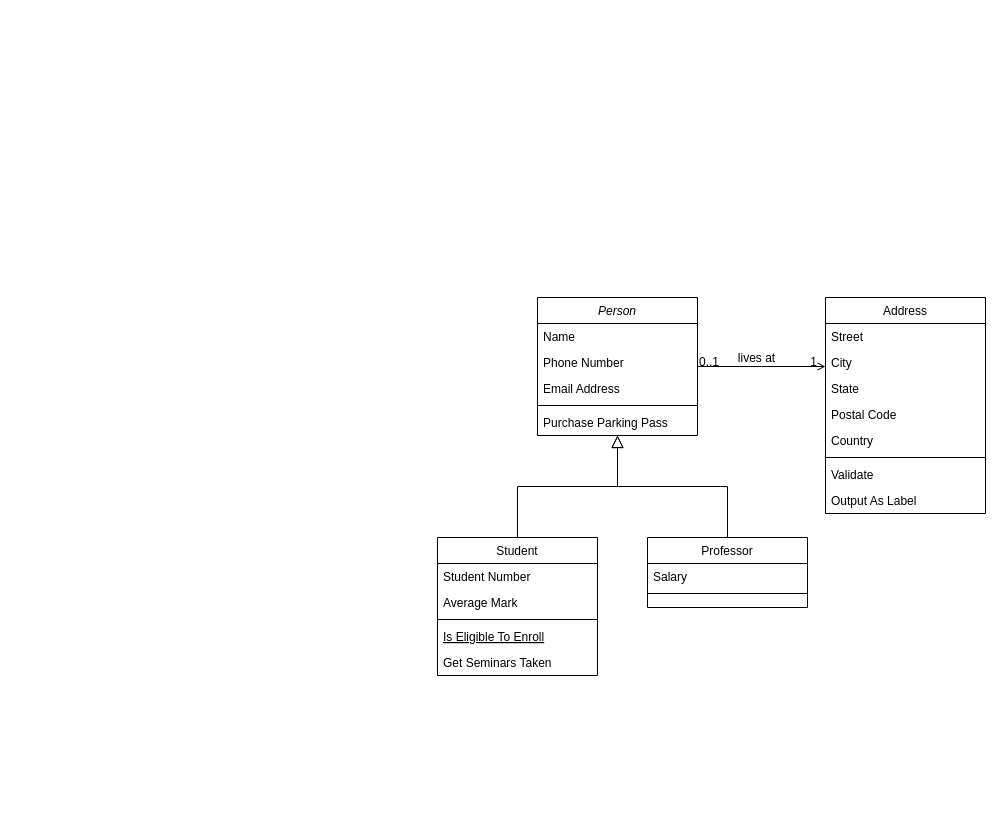
Earlier version of the draw.io diagram Untitled Diagram.drawio (phanvha/DATN_Diagrams). Source tidied: cells renumbered, new cells numbered last; positions are measured from the earlier drawing's top-left corner, leaving out a move shared by most shapes. Both pictures are drawn from the tidied source at 100%, with x=0, y=0 at pixel (437, 297).
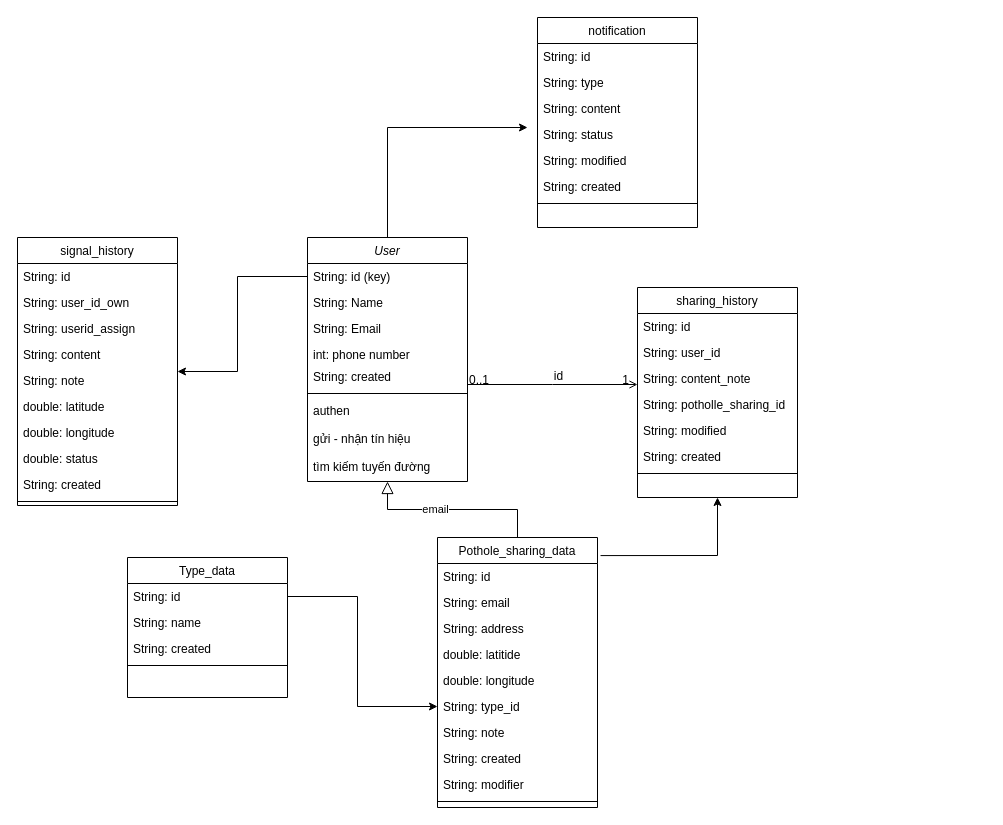
The same page after the edit.

The change refers to these unchanged cells:
```xml
<mxCell id="14" style="endArrow=block;endSize=10;endFill=0;shadow=0;strokeWidth=1;rounded=0;edgeStyle=elbowEdgeStyle;elbow=vertical;" parent="1" edge="1" source="8" target="2">
  <mxGeometry relative="1" as="geometry" />
</mxCell>
<mxCell id="28" style="endArrow=open;shadow=0;strokeWidth=1;rounded=0;endFill=1;edgeStyle=elbowEdgeStyle;elbow=vertical;" parent="1" edge="1" source="2" target="19">
  <mxGeometry x="0.5" y="41" relative="1" as="geometry">
    <mxPoint x="-40" y="32" as="offset" />
  </mxGeometry>
</mxCell>
```

Diff of the diagram source:
```diff
@@
-    <mxCell id="2" value="Person" style="swimlane;fontStyle=2;align=center;verticalAlign=top;horizontal=1;startSize=26;rounded=0;shadow=0;strokeWidth=1;" parent="1" vertex="1">
-      <mxGeometry x="100" width="160" height="138" as="geometry" />
+    <mxCell id="2" value="User" style="swimlane;fontStyle=2;align=center;verticalAlign=top;horizontal=1;startSize=26;rounded=0;shadow=0;strokeWidth=1;" parent="1" vertex="1">
+      <mxGeometry x="-130" y="-60" width="160" height="244" as="geometry" />
     </mxCell>
-    <mxCell id="3" value="Name" style="text;align=left;verticalAlign=top;spacingLeft=4;spacingRight=4;overflow=hidden;points=[[0,0.5],[1,0.5]];portConstraint=eastwest;" parent="2" vertex="1">
+    <mxCell id="3" value="String: id (key)" style="text;align=left;verticalAlign=top;spacingLeft=4;spacingRight=4;overflow=hidden;points=[[0,0.5],[1,0.5]];portConstraint=eastwest;" parent="2" vertex="1">
       <mxGeometry y="26" width="160" height="26" as="geometry" />
     </mxCell>
-    <mxCell id="4" value="Phone Number" style="text;align=left;verticalAlign=top;spacingLeft=4;spacingRight=4;overflow=hidden;rounded=0;shadow=0;html=0;" parent="2" vertex="1">
+    <mxCell id="4" value="String: Name" style="text;align=left;verticalAlign=top;spacingLeft=4;spacingRight=4;overflow=hidden;rounded=0;shadow=0;html=0;" parent="2" vertex="1">
       <mxGeometry y="52" width="160" height="26" as="geometry" />
     </mxCell>
+    <mxCell id="32" value="String: Email" style="text;align=left;verticalAlign=top;spacingLeft=4;spacingRight=4;overflow=hidden;rounded=0;shadow=0;html=0;" parent="2" vertex="1">
+      <mxGeometry y="78" width="160" height="26" as="geometry" />
+    </mxCell>
-    <mxCell id="5" value="Email Address" style="text;align=left;verticalAlign=top;spacingLeft=4;spacingRight=4;overflow=hidden;rounded=0;shadow=0;html=0;" parent="2" vertex="1">
-      <mxGeometry y="78" width="160" height="26" as="geometry" />
+    <mxCell id="5" value="int: phone number" style="text;align=left;verticalAlign=top;spacingLeft=4;spacingRight=4;overflow=hidden;rounded=0;shadow=0;html=0;" parent="2" vertex="1">
+      <mxGeometry y="104" width="160" height="22" as="geometry" />
     </mxCell>
+    <mxCell id="33" value="String: created" style="text;align=left;verticalAlign=top;spacingLeft=4;spacingRight=4;overflow=hidden;rounded=0;shadow=0;html=0;" parent="2" vertex="1">
+      <mxGeometry y="126" width="160" height="26" as="geometry" />
+    </mxCell>
     <mxCell id="6" style="line;html=1;strokeWidth=1;align=left;verticalAlign=middle;spacingTop=-1;spacingLeft=3;spacingRight=3;labelPosition=right;" parent="2" vertex="1">
-      <mxGeometry y="104" width="160" height="8" as="geometry" />
+      <mxGeometry y="152" width="160" height="8" as="geometry" />
     </mxCell>
-    <mxCell id="7" value="Purchase Parking Pass" style="text;align=left;verticalAlign=top;spacingLeft=4;spacingRight=4;overflow=hidden;" parent="2" vertex="1">
-      <mxGeometry y="112" width="160" height="26" as="geometry" />
+    <mxCell id="7" value="authen" style="text;align=left;verticalAlign=top;spacingLeft=4;spacingRight=4;overflow=hidden;" parent="2" vertex="1">
+      <mxGeometry y="160" width="160" height="28" as="geometry" />
     </mxCell>
+    <mxCell id="34" value="gửi - nhận tín hiệu" style="text;align=left;verticalAlign=top;spacingLeft=4;spacingRight=4;overflow=hidden;" parent="2" vertex="1">
+      <mxGeometry y="188" width="160" height="28" as="geometry" />
+    </mxCell>
+    <mxCell id="35" value="tìm kiếm tuyến đường" style="text;align=left;verticalAlign=top;spacingLeft=4;spacingRight=4;overflow=hidden;" parent="2" vertex="1">
+      <mxGeometry y="216" width="160" height="28" as="geometry" />
+    </mxCell>
-    <mxCell id="8" value="Student" style="swimlane;fontStyle=0;align=center;verticalAlign=top;horizontal=1;startSize=26;rounded=0;shadow=0;strokeWidth=1;" parent="1" vertex="1">
-      <mxGeometry y="240" width="160" height="138" as="geometry" />
+    <mxCell id="8" value="Pothole_sharing_data" style="swimlane;fontStyle=0;align=center;verticalAlign=top;horizontal=1;startSize=26;rounded=0;shadow=0;strokeWidth=1;" parent="1" vertex="1">
+      <mxGeometry y="240" width="160" height="270" as="geometry" />
     </mxCell>
-    <mxCell id="9" value="Student Number" style="text;align=left;verticalAlign=top;spacingLeft=4;spacingRight=4;overflow=hidden;" parent="8" vertex="1">
+    <mxCell id="9" value="String: id" style="text;align=left;verticalAlign=top;spacingLeft=4;spacingRight=4;overflow=hidden;" parent="8" vertex="1">
       <mxGeometry y="26" width="160" height="26" as="geometry" />
     </mxCell>
-    <mxCell id="10" value="Average Mark" style="text;align=left;verticalAlign=top;spacingLeft=4;spacingRight=4;overflow=hidden;rounded=0;shadow=0;html=0;" parent="8" vertex="1">
+    <mxCell id="10" value="String: email" style="text;align=left;verticalAlign=top;spacingLeft=4;spacingRight=4;overflow=hidden;rounded=0;shadow=0;html=0;" parent="8" vertex="1">
       <mxGeometry y="52" width="160" height="26" as="geometry" />
     </mxCell>
+    <mxCell id="36" value="String: address" style="text;align=left;verticalAlign=top;spacingLeft=4;spacingRight=4;overflow=hidden;rounded=0;shadow=0;html=0;" parent="8" vertex="1">
+      <mxGeometry y="78" width="160" height="26" as="geometry" />
+    </mxCell>
+    <mxCell id="37" value="double: latitide" style="text;align=left;verticalAlign=top;spacingLeft=4;spacingRight=4;overflow=hidden;rounded=0;shadow=0;html=0;" parent="8" vertex="1">
+      <mxGeometry y="104" width="160" height="26" as="geometry" />
+    </mxCell>
+    <mxCell id="38" value="double: longitude" style="text;align=left;verticalAlign=top;spacingLeft=4;spacingRight=4;overflow=hidden;rounded=0;shadow=0;html=0;" parent="8" vertex="1">
+      <mxGeometry y="130" width="160" height="26" as="geometry" />
+    </mxCell>
+    <mxCell id="39" value="String: type_id" style="text;align=left;verticalAlign=top;spacingLeft=4;spacingRight=4;overflow=hidden;points=[[0,0.5],[1,0.5]];portConstraint=eastwest;rounded=0;shadow=0;html=0;" parent="8" vertex="1">
+      <mxGeometry y="156" width="160" height="26" as="geometry" />
+    </mxCell>
+    <mxCell id="40" value="String: note" style="text;align=left;verticalAlign=top;spacingLeft=4;spacingRight=4;overflow=hidden;rounded=0;shadow=0;html=0;" parent="8" vertex="1">
+      <mxGeometry y="182" width="160" height="26" as="geometry" />
+    </mxCell>
+    <mxCell id="41" value="String: created" style="text;align=left;verticalAlign=top;spacingLeft=4;spacingRight=4;overflow=hidden;rounded=0;shadow=0;html=0;" parent="8" vertex="1">
+      <mxGeometry y="208" width="160" height="26" as="geometry" />
+    </mxCell>
+    <mxCell id="42" value="String: modifier" style="text;align=left;verticalAlign=top;spacingLeft=4;spacingRight=4;overflow=hidden;rounded=0;shadow=0;html=0;" parent="8" vertex="1">
+      <mxGeometry y="234" width="160" height="26" as="geometry" />
+    </mxCell>
     <mxCell id="11" style="line;html=1;strokeWidth=1;align=left;verticalAlign=middle;spacingTop=-1;spacingLeft=3;spacingRight=3;labelPosition=right;" parent="8" vertex="1">
-      <mxGeometry y="78" width="160" height="8" as="geometry" />
+      <mxGeometry y="260" width="160" height="8" as="geometry" />
     </mxCell>
-    <mxCell id="12" value="Is Eligible To Enroll" style="text;align=left;verticalAlign=top;spacingLeft=4;spacingRight=4;overflow=hidden;fontStyle=4;" parent="8" vertex="1">
-      <mxGeometry y="86" width="160" height="26" as="geometry" />
-    </mxCell>
-    <mxCell id="13" value="Get Seminars Taken" style="text;align=left;verticalAlign=top;spacingLeft=4;spacingRight=4;overflow=hidden;" parent="8" vertex="1">
-      <mxGeometry y="112" width="160" height="26" as="geometry" />
-    </mxCell>
@@
-    <mxCell id="15" value="Professor" style="swimlane;fontStyle=0;align=center;verticalAlign=top;horizontal=1;startSize=26;rounded=0;shadow=0;strokeWidth=1;" parent="1" vertex="1">
-      <mxGeometry x="210" y="240" width="160" height="70" as="geometry" />
-    </mxCell>
-    <mxCell id="16" value="Salary" style="text;align=left;verticalAlign=top;spacingLeft=4;spacingRight=4;overflow=hidden;" parent="15" vertex="1">
-      <mxGeometry y="26" width="160" height="26" as="geometry" />
-    </mxCell>
-    <mxCell id="17" style="line;html=1;strokeWidth=1;align=left;verticalAlign=middle;spacingTop=-1;spacingLeft=3;spacingRight=3;labelPosition=right;" parent="15" vertex="1">
-      <mxGeometry y="52" width="160" height="8" as="geometry" />
-    </mxCell>
-    <mxCell id="18" style="endArrow=block;endSize=10;endFill=0;shadow=0;strokeWidth=1;rounded=0;edgeStyle=elbowEdgeStyle;elbow=vertical;" parent="1" edge="1" source="15" target="2">
-      <mxGeometry relative="1" as="geometry" />
-    </mxCell>
+    <mxCell id="43" value="email" style="edgeLabel;html=1;align=center;verticalAlign=middle;" parent="14" vertex="1">
+      <mxGeometry x="0.19" y="-1" relative="1" as="geometry" />
+    </mxCell>
-    <mxCell id="19" value="Address" style="swimlane;fontStyle=0;align=center;verticalAlign=top;horizontal=1;startSize=26;rounded=0;shadow=0;strokeWidth=1;" parent="1" vertex="1">
-      <mxGeometry x="388" width="160" height="216" as="geometry" />
+    <mxCell id="19" value="sharing_history" style="swimlane;fontStyle=0;align=center;verticalAlign=top;horizontal=1;startSize=26;rounded=0;shadow=0;strokeWidth=1;" parent="1" vertex="1">
+      <mxGeometry x="200" y="-10" width="160" height="210" as="geometry" />
     </mxCell>
-    <mxCell id="20" value="Street" style="text;align=left;verticalAlign=top;spacingLeft=4;spacingRight=4;overflow=hidden;" parent="19" vertex="1">
+    <mxCell id="20" value="String: id" style="text;align=left;verticalAlign=top;spacingLeft=4;spacingRight=4;overflow=hidden;" parent="19" vertex="1">
       <mxGeometry y="26" width="160" height="26" as="geometry" />
     </mxCell>
-    <mxCell id="21" value="City" style="text;align=left;verticalAlign=top;spacingLeft=4;spacingRight=4;overflow=hidden;rounded=0;shadow=0;html=0;" parent="19" vertex="1">
+    <mxCell id="21" value="String: user_id" style="text;align=left;verticalAlign=top;spacingLeft=4;spacingRight=4;overflow=hidden;rounded=0;shadow=0;html=0;" parent="19" vertex="1">
       <mxGeometry y="52" width="160" height="26" as="geometry" />
     </mxCell>
-    <mxCell id="22" value="State" style="text;align=left;verticalAlign=top;spacingLeft=4;spacingRight=4;overflow=hidden;rounded=0;shadow=0;html=0;" parent="19" vertex="1">
+    <mxCell id="22" value="String: content_note" style="text;align=left;verticalAlign=top;spacingLeft=4;spacingRight=4;overflow=hidden;rounded=0;shadow=0;html=0;" parent="19" vertex="1">
       <mxGeometry y="78" width="160" height="26" as="geometry" />
     </mxCell>
-    <mxCell id="23" value="Postal Code" style="text;align=left;verticalAlign=top;spacingLeft=4;spacingRight=4;overflow=hidden;rounded=0;shadow=0;html=0;" parent="19" vertex="1">
+    <mxCell id="23" value="String: potholle_sharing_id" style="text;align=left;verticalAlign=top;spacingLeft=4;spacingRight=4;overflow=hidden;rounded=0;shadow=0;html=0;" parent="19" vertex="1">
       <mxGeometry y="104" width="160" height="26" as="geometry" />
     </mxCell>
-    <mxCell id="24" value="Country" style="text;align=left;verticalAlign=top;spacingLeft=4;spacingRight=4;overflow=hidden;rounded=0;shadow=0;html=0;" parent="19" vertex="1">
+    <mxCell id="24" value="String: modified" style="text;align=left;verticalAlign=top;spacingLeft=4;spacingRight=4;overflow=hidden;rounded=0;shadow=0;html=0;" parent="19" vertex="1">
       <mxGeometry y="130" width="160" height="26" as="geometry" />
     </mxCell>
+    <mxCell id="44" value="String: created" style="text;align=left;verticalAlign=top;spacingLeft=4;spacingRight=4;overflow=hidden;rounded=0;shadow=0;html=0;" parent="19" vertex="1">
+      <mxGeometry y="156" width="160" height="26" as="geometry" />
+    </mxCell>
     <mxCell id="25" style="line;html=1;strokeWidth=1;align=left;verticalAlign=middle;spacingTop=-1;spacingLeft=3;spacingRight=3;labelPosition=right;" parent="19" vertex="1">
-      <mxGeometry y="156" width="160" height="8" as="geometry" />
+      <mxGeometry y="182" width="160" height="8" as="geometry" />
     </mxCell>
-    <mxCell id="26" value="Validate" style="text;align=left;verticalAlign=top;spacingLeft=4;spacingRight=4;overflow=hidden;" parent="19" vertex="1">
-      <mxGeometry y="164" width="160" height="26" as="geometry" />
-    </mxCell>
-    <mxCell id="27" value="Output As Label" style="text;align=left;verticalAlign=top;spacingLeft=4;spacingRight=4;overflow=hidden;" parent="19" vertex="1">
-      <mxGeometry y="190" width="160" height="26" as="geometry" />
-    </mxCell>
@@
-    <mxCell id="31" value="lives at" style="text;html=1;align=center;verticalAlign=middle;labelBackgroundColor=none;rounded=0;shadow=0;strokeWidth=1;fontSize=12;" parent="28" vertex="1">
+    <mxCell id="31" value="id" style="text;html=1;align=center;verticalAlign=middle;labelBackgroundColor=none;rounded=0;shadow=0;strokeWidth=1;fontSize=12;" parent="28" vertex="1">
       <mxGeometry x="0.5" y="49" relative="1" as="geometry">
         <mxPoint x="-38" y="40" as="offset" />
       </mxGeometry>
     </mxCell>
+    <mxCell id="45" value="Type_data" style="swimlane;fontStyle=0;align=center;verticalAlign=top;horizontal=1;startSize=26;rounded=0;shadow=0;strokeWidth=1;" parent="1" vertex="1">
+      <mxGeometry x="-310" y="260" width="160" height="140" as="geometry" />
+    </mxCell>
+    <mxCell id="46" value="String: id" style="text;align=left;verticalAlign=top;spacingLeft=4;spacingRight=4;overflow=hidden;points=[[0,0.5],[1,0.5]];portConstraint=eastwest;" parent="45" vertex="1">
+      <mxGeometry y="26" width="160" height="26" as="geometry" />
+    </mxCell>
+    <mxCell id="47" value="String: name" style="text;align=left;verticalAlign=top;spacingLeft=4;spacingRight=4;overflow=hidden;rounded=0;shadow=0;html=0;" parent="45" vertex="1">
+      <mxGeometry y="52" width="160" height="26" as="geometry" />
+    </mxCell>
+    <mxCell id="48" value="String: created" style="text;align=left;verticalAlign=top;spacingLeft=4;spacingRight=4;overflow=hidden;rounded=0;shadow=0;html=0;" parent="45" vertex="1">
+      <mxGeometry y="78" width="160" height="26" as="geometry" />
+    </mxCell>
+    <mxCell id="49" style="line;html=1;strokeWidth=1;align=left;verticalAlign=middle;spacingTop=-1;spacingLeft=3;spacingRight=3;labelPosition=right;" parent="45" vertex="1">
+      <mxGeometry y="104" width="160" height="8" as="geometry" />
+    </mxCell>
+    <mxCell id="50" style="endArrow=classic;html=1;rounded=0;exitX=1.019;exitY=0.067;exitDx=0;exitDy=0;exitPerimeter=0;entryX=0.5;entryY=1;entryDx=0;entryDy=0;" parent="1" edge="1" source="8" target="19">
+      <mxGeometry relative="1" as="geometry">
+        <Array as="points">
+          <mxPoint x="280" y="258" />
+        </Array>
+      </mxGeometry>
+    </mxCell>
+    <mxCell id="51" style="endArrow=classic;html=1;rounded=0;entryX=0;entryY=0.5;entryDx=0;entryDy=0;exitX=1;exitY=0.5;exitDx=0;exitDy=0;" parent="1" edge="1" source="46" target="39">
+      <mxGeometry relative="1" as="geometry">
+        <Array as="points">
+          <mxPoint x="-80" y="299" />
+          <mxPoint x="-80" y="409" />
+        </Array>
+      </mxGeometry>
+    </mxCell>
+    <mxCell id="52" value="signal_history" style="swimlane;fontStyle=0;align=center;verticalAlign=top;horizontal=1;startSize=26;rounded=0;shadow=0;strokeWidth=1;" parent="1" vertex="1">
+      <mxGeometry x="-420" y="-60" width="160" height="268" as="geometry" />
+    </mxCell>
+    <mxCell id="53" value="String: id" style="text;align=left;verticalAlign=top;spacingLeft=4;spacingRight=4;overflow=hidden;" parent="52" vertex="1">
+      <mxGeometry y="26" width="160" height="26" as="geometry" />
+    </mxCell>
+    <mxCell id="54" value="String: user_id_own" style="text;align=left;verticalAlign=top;spacingLeft=4;spacingRight=4;overflow=hidden;rounded=0;shadow=0;html=0;" parent="52" vertex="1">
+      <mxGeometry y="52" width="160" height="26" as="geometry" />
+    </mxCell>
+    <mxCell id="55" value="String: userid_assign" style="text;align=left;verticalAlign=top;spacingLeft=4;spacingRight=4;overflow=hidden;rounded=0;shadow=0;html=0;" parent="52" vertex="1">
+      <mxGeometry y="78" width="160" height="26" as="geometry" />
+    </mxCell>
+    <mxCell id="56" value="String: content" style="text;align=left;verticalAlign=top;spacingLeft=4;spacingRight=4;overflow=hidden;rounded=0;shadow=0;html=0;" parent="52" vertex="1">
+      <mxGeometry y="104" width="160" height="26" as="geometry" />
+    </mxCell>
+    <mxCell id="57" value="String: note" style="text;align=left;verticalAlign=top;spacingLeft=4;spacingRight=4;overflow=hidden;rounded=0;shadow=0;html=0;" parent="52" vertex="1">
+      <mxGeometry y="130" width="160" height="26" as="geometry" />
+    </mxCell>
+    <mxCell id="58" value="double: latitude" style="text;align=left;verticalAlign=top;spacingLeft=4;spacingRight=4;overflow=hidden;rounded=0;shadow=0;html=0;" parent="52" vertex="1">
+      <mxGeometry y="156" width="160" height="26" as="geometry" />
+    </mxCell>
+    <mxCell id="59" value="double: longitude" style="text;align=left;verticalAlign=top;spacingLeft=4;spacingRight=4;overflow=hidden;rounded=0;shadow=0;html=0;" parent="52" vertex="1">
+      <mxGeometry y="182" width="160" height="26" as="geometry" />
+    </mxCell>
+    <mxCell id="60" value="double: status" style="text;align=left;verticalAlign=top;spacingLeft=4;spacingRight=4;overflow=hidden;rounded=0;shadow=0;html=0;" parent="52" vertex="1">
+      <mxGeometry y="208" width="160" height="26" as="geometry" />
+    </mxCell>
+    <mxCell id="61" value="String: created" style="text;align=left;verticalAlign=top;spacingLeft=4;spacingRight=4;overflow=hidden;rounded=0;shadow=0;html=0;" parent="52" vertex="1">
+      <mxGeometry y="234" width="160" height="26" as="geometry" />
+    </mxCell>
+    <mxCell id="62" style="line;html=1;strokeWidth=1;align=left;verticalAlign=middle;spacingTop=-1;spacingLeft=3;spacingRight=3;labelPosition=right;" parent="52" vertex="1">
+      <mxGeometry y="260" width="160" height="8" as="geometry" />
+    </mxCell>
+    <mxCell id="63" style="endArrow=classic;html=1;rounded=0;exitX=0;exitY=0.5;exitDx=0;exitDy=0;" parent="1" edge="1" source="3" target="52">
+      <mxGeometry relative="1" as="geometry">
+        <Array as="points">
+          <mxPoint x="-200" y="-21" />
+          <mxPoint x="-200" y="74" />
+        </Array>
+      </mxGeometry>
+    </mxCell>
+    <mxCell id="64" value="notification" style="swimlane;fontStyle=0;align=center;verticalAlign=top;horizontal=1;startSize=26;rounded=0;shadow=0;strokeWidth=1;" parent="1" vertex="1">
+      <mxGeometry x="100" y="-280" width="160" height="210" as="geometry" />
+    </mxCell>
+    <mxCell id="65" value="String: id" style="text;align=left;verticalAlign=top;spacingLeft=4;spacingRight=4;overflow=hidden;" parent="64" vertex="1">
+      <mxGeometry y="26" width="160" height="26" as="geometry" />
+    </mxCell>
+    <mxCell id="66" value="String: type" style="text;align=left;verticalAlign=top;spacingLeft=4;spacingRight=4;overflow=hidden;rounded=0;shadow=0;html=0;" parent="64" vertex="1">
+      <mxGeometry y="52" width="160" height="26" as="geometry" />
+    </mxCell>
+    <mxCell id="67" value="String: content" style="text;align=left;verticalAlign=top;spacingLeft=4;spacingRight=4;overflow=hidden;rounded=0;shadow=0;html=0;" parent="64" vertex="1">
+      <mxGeometry y="78" width="160" height="26" as="geometry" />
+    </mxCell>
+    <mxCell id="68" value="String: status" style="text;align=left;verticalAlign=top;spacingLeft=4;spacingRight=4;overflow=hidden;rounded=0;shadow=0;html=0;" parent="64" vertex="1">
+      <mxGeometry y="104" width="160" height="26" as="geometry" />
+    </mxCell>
+    <mxCell id="69" value="String: modified" style="text;align=left;verticalAlign=top;spacingLeft=4;spacingRight=4;overflow=hidden;rounded=0;shadow=0;html=0;" parent="64" vertex="1">
+      <mxGeometry y="130" width="160" height="26" as="geometry" />
+    </mxCell>
+    <mxCell id="70" value="String: created" style="text;align=left;verticalAlign=top;spacingLeft=4;spacingRight=4;overflow=hidden;rounded=0;shadow=0;html=0;" parent="64" vertex="1">
+      <mxGeometry y="156" width="160" height="26" as="geometry" />
+    </mxCell>
+    <mxCell id="71" style="line;html=1;strokeWidth=1;align=left;verticalAlign=middle;spacingTop=-1;spacingLeft=3;spacingRight=3;labelPosition=right;" parent="64" vertex="1">
+      <mxGeometry y="182" width="160" height="8" as="geometry" />
+    </mxCell>
+    <mxCell id="72" style="endArrow=classic;html=1;rounded=0;exitX=0.5;exitY=0;exitDx=0;exitDy=0;" parent="1" edge="1" source="2">
+      <mxGeometry relative="1" as="geometry">
+        <mxPoint x="90" y="-170" as="targetPoint" />
+        <Array as="points">
+          <mxPoint x="-50" y="-170" />
+        </Array>
+      </mxGeometry>
+    </mxCell>
```
